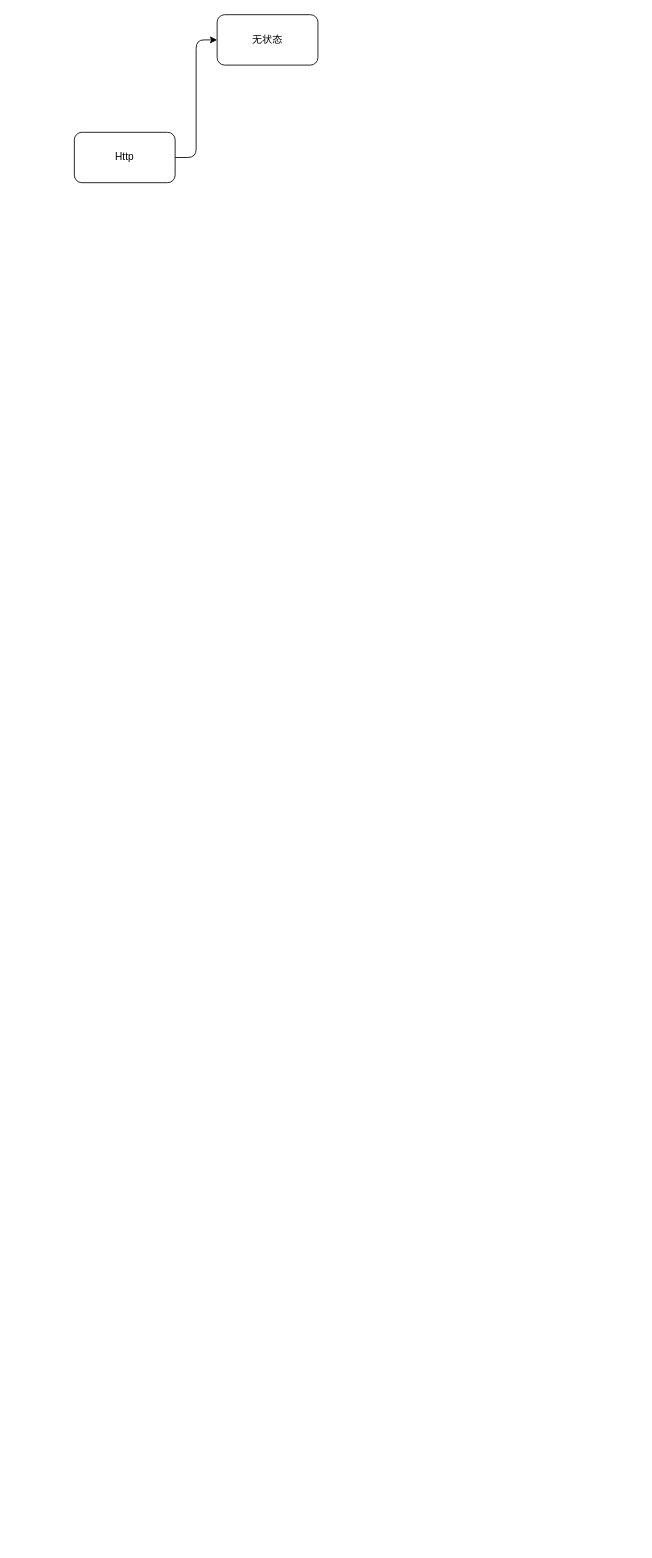
Earlier version of the draw.io diagram digrams/interview/overview/common/http/00.http.dio (Alice52/diagrams). Source tidied: cells renumbered, new cells numbered last; positions are measured from the earlier drawing's top-left corner, leaving out a move shared by most shapes. Both pictures are drawn from the tidied source at 84%, with x=0, y=0 at pixel (74, 14).
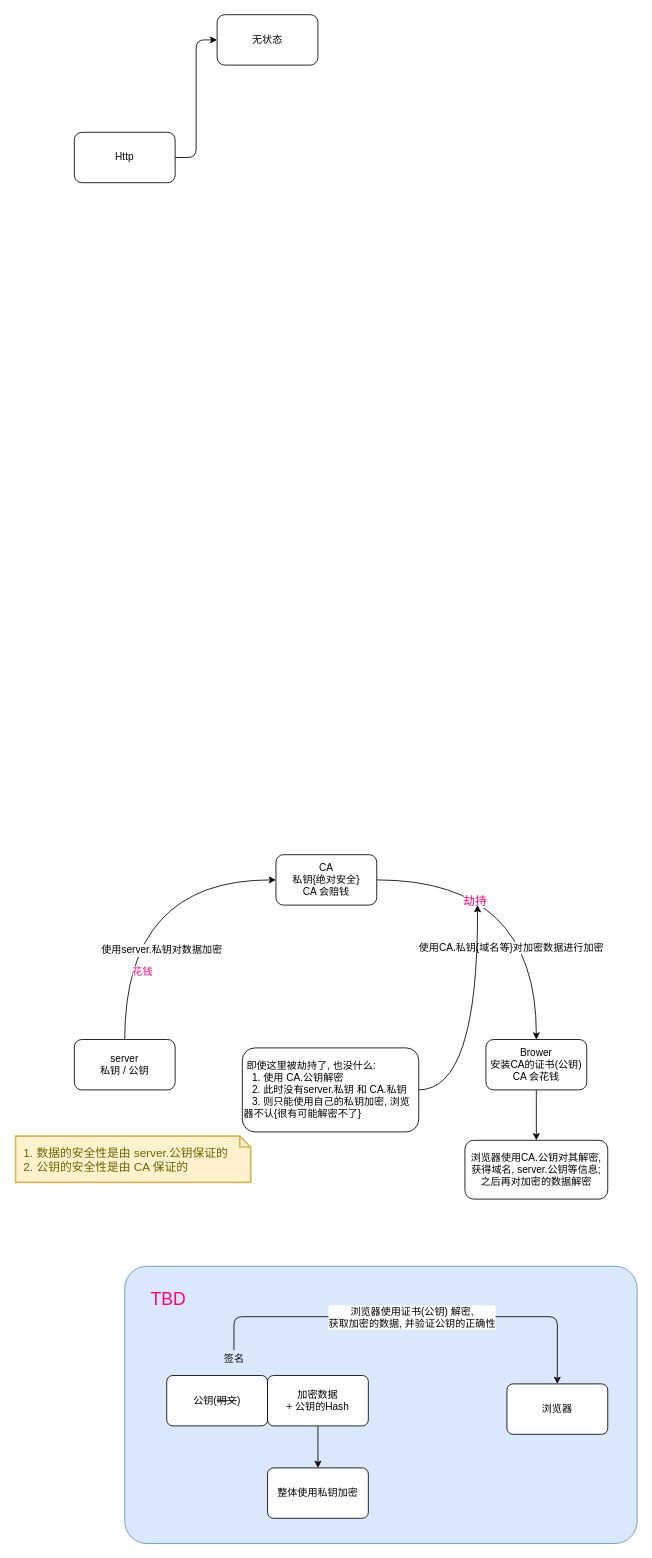
The same page after the edit.

The edit, as a diff of the source:
```diff
@@
+    <mxCell id="5" value="&lt;font color=&quot;#ff0080&quot; style=&quot;font-size: 21px&quot;&gt;&amp;nbsp; &amp;nbsp; &amp;nbsp;TBD&lt;br&gt;&lt;br&gt;&lt;br&gt;&lt;br&gt;&lt;br&gt;&lt;br&gt;&lt;br&gt;&lt;br&gt;&lt;br&gt;&lt;br&gt;&lt;br&gt;&lt;/font&gt;" style="rounded=1;whiteSpace=wrap;html=1;arcSize=8;align=left;fillColor=#dae8fc;strokeColor=#6c8ebf;" parent="1" vertex="1">
+      <mxGeometry x="60" y="1490" width="610" height="330" as="geometry" />
+    </mxCell>
@@
+    <mxCell id="6" style="edgeStyle=orthogonalEdgeStyle;curved=1;jettySize=auto;html=1;entryX=0;entryY=0.5;entryDx=0;entryDy=0;exitX=0.5;exitY=0;exitDx=0;exitDy=0;" parent="1" edge="1" source="9" target="13">
+      <mxGeometry relative="1" as="geometry" />
+    </mxCell>
+    <mxCell id="7" value="&lt;span style=&quot;font-size: 12px&quot;&gt;使用server.私钥对数据加密&lt;/span&gt;" style="edgeLabel;html=1;align=center;verticalAlign=middle;" parent="6" vertex="1">
+      <mxGeometry x="-0.42" y="-43" relative="1" as="geometry" />
+    </mxCell>
+    <mxCell id="8" value="&lt;font style=&quot;font-size: 12px&quot; color=&quot;#ff0080&quot;&gt;花钱&lt;/font&gt;" style="edgeLabel;html=1;align=center;verticalAlign=middle;" parent="6" vertex="1">
+      <mxGeometry x="-0.56" y="-20" relative="1" as="geometry" />
+    </mxCell>
+    <mxCell id="9" value="server&lt;br&gt;私钥 / 公钥" style="rounded=1;whiteSpace=wrap;html=1;" parent="1" vertex="1">
+      <mxGeometry y="1220" width="120" height="60" as="geometry" />
+    </mxCell>
+    <mxCell id="10" style="edgeStyle=orthogonalEdgeStyle;curved=1;jettySize=auto;html=1;entryX=0.5;entryY=0;entryDx=0;entryDy=0;" parent="1" edge="1" source="13" target="15">
+      <mxGeometry relative="1" as="geometry" />
+    </mxCell>
+    <mxCell id="11" value="&lt;font style=&quot;font-size: 12px&quot;&gt;使用CA.私钥{域名等}对加密数据进行加密&lt;/font&gt;" style="edgeLabel;html=1;align=center;verticalAlign=middle;" parent="10" vertex="1">
+      <mxGeometry x="-0.22" y="-26" relative="1" as="geometry">
+        <mxPoint x="11" y="54" as="offset" />
+      </mxGeometry>
+    </mxCell>
+    <mxCell id="12" value="&lt;font style=&quot;font-size: 14px&quot; color=&quot;#ff0080&quot;&gt;劫持&lt;/font&gt;" style="edgeLabel;html=1;align=center;verticalAlign=middle;" parent="10" vertex="1">
+      <mxGeometry x="-0.39" y="-24" relative="1" as="geometry" />
+    </mxCell>
+    <mxCell id="13" value="CA&lt;br&gt;私钥{绝对安全}&lt;br&gt;CA 会赔钱" style="rounded=1;whiteSpace=wrap;html=1;" parent="1" vertex="1">
+      <mxGeometry x="240" y="1000" width="120" height="60" as="geometry" />
+    </mxCell>
+    <mxCell id="14" style="edgeStyle=orthogonalEdgeStyle;curved=1;jettySize=auto;html=1;" parent="1" edge="1" source="15" target="16">
+      <mxGeometry relative="1" as="geometry" />
+    </mxCell>
+    <mxCell id="15" value="Brower&lt;br&gt;安装CA的证书(公钥)&lt;br&gt;CA 会花钱" style="rounded=1;whiteSpace=wrap;html=1;" parent="1" vertex="1">
+      <mxGeometry x="490" y="1220" width="120" height="60" as="geometry" />
+    </mxCell>
+    <mxCell id="16" value="浏览器使用CA.公钥对其解密, 获得域名, server.公钥等信息; 之后再对加密的数据解密" style="rounded=1;whiteSpace=wrap;html=1;" parent="1" vertex="1">
+      <mxGeometry x="465" y="1340" width="170" height="70" as="geometry" />
+    </mxCell>
+    <mxCell id="17" style="edgeStyle=orthogonalEdgeStyle;curved=1;jettySize=auto;html=1;" parent="1" edge="1" source="18">
+      <mxGeometry relative="1" as="geometry">
+        <mxPoint x="480" y="1060" as="targetPoint" />
+      </mxGeometry>
+    </mxCell>
+    <mxCell id="18" value="&amp;nbsp;即使这里被劫持了, 也没什么:&lt;br&gt;&amp;nbsp; &amp;nbsp;1. 使用 CA.公钥解密&lt;br&gt;&amp;nbsp; &amp;nbsp;2. 此时没有server.私钥 和 CA.私钥&lt;br&gt;&amp;nbsp; &amp;nbsp;3. 则只能使用自己的私钥加密, 浏览器不认{很有可能解密不了}" style="rounded=1;whiteSpace=wrap;html=1;align=left;" parent="1" vertex="1">
+      <mxGeometry x="200" y="1230" width="210" height="100" as="geometry" />
+    </mxCell>
+    <mxCell id="19" value="&amp;nbsp; 1. 数据的安全性是由 server.公钥保证的&lt;br&gt;&amp;nbsp; 2. 公钥的安全性是由 CA 保证的" style="shape=note;strokeWidth=2;fontSize=14;size=13;whiteSpace=wrap;html=1;fillColor=#fff2cc;strokeColor=#d6b656;fontColor=#666600;align=left;" parent="1" vertex="1">
+      <mxGeometry x="-70" y="1335" width="280" height="55" as="geometry" />
+    </mxCell>
+    <mxCell id="20" style="edgeStyle=orthogonalEdgeStyle;curved=1;jettySize=auto;html=1;" parent="1" edge="1" source="28" target="24">
+      <mxGeometry relative="1" as="geometry" />
+    </mxCell>
+    <mxCell id="21" style="edgeStyle=orthogonalEdgeStyle;rounded=1;jettySize=auto;html=1;entryX=0.5;entryY=0;entryDx=0;entryDy=0;" parent="1" edge="1" source="23" target="25">
+      <mxGeometry relative="1" as="geometry">
+        <Array as="points">
+          <mxPoint x="190" y="1550" />
+          <mxPoint x="575" y="1550" />
+        </Array>
+      </mxGeometry>
+    </mxCell>
+    <mxCell id="22" value="&lt;font style=&quot;font-size: 12px&quot;&gt;浏览器使用证书(公钥) 解密, &lt;br&gt;获取加密的数据, 并验证公钥的正确性&lt;/font&gt;" style="edgeLabel;html=1;align=center;verticalAlign=middle;" parent="21" vertex="1">
+      <mxGeometry x="-0.28" relative="1" as="geometry">
+        <mxPoint x="69" as="offset" />
+      </mxGeometry>
+    </mxCell>
+    <mxCell id="23" value="签名" style="text;html=1;align=center;verticalAlign=middle;points=[];strokeColor=none;" parent="1" vertex="1">
+      <mxGeometry x="170" y="1590" width="40" height="20" as="geometry" />
+    </mxCell>
+    <mxCell id="24" value="整体使用私钥加密" style="rounded=1;whiteSpace=wrap;html=1;arcSize=12;" parent="1" vertex="1">
+      <mxGeometry x="230" y="1730" width="120" height="60" as="geometry" />
+    </mxCell>
+    <mxCell id="25" value="浏览器" style="rounded=1;whiteSpace=wrap;html=1;arcSize=12;" parent="1" vertex="1">
+      <mxGeometry x="515" y="1630" width="120" height="60" as="geometry" />
+    </mxCell>
+    <mxCell id="26" style="group;" parent="1" vertex="1">
+      <mxGeometry x="110" y="1620" width="240" height="60" as="geometry" />
+    </mxCell>
+    <mxCell id="27" value="公钥(&lt;strike&gt;明文&lt;/strike&gt;)" style="rounded=1;whiteSpace=wrap;html=1;arcSize=12;" parent="26" vertex="1">
+      <mxGeometry width="120" height="60" as="geometry" />
+    </mxCell>
+    <mxCell id="28" value="加密数据&lt;br&gt;+ 公钥的Hash" style="rounded=1;whiteSpace=wrap;html=1;arcSize=12;" parent="26" vertex="1">
+      <mxGeometry x="120" width="120" height="60" as="geometry" />
+    </mxCell>
```
